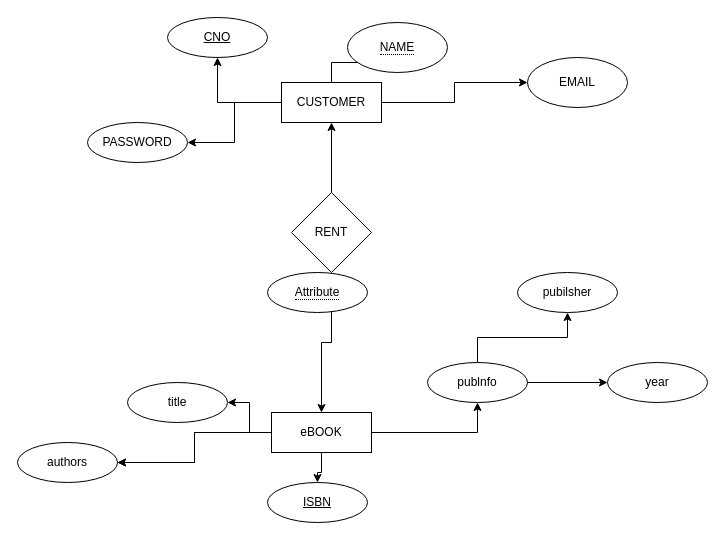
Earlier version of the draw.io diagram erd.drawio (muulgam/database_st). Source tidied: cells renumbered, new cells numbered last; positions are measured from the earlier drawing's top-left corner, leaving out a move shared by most shapes. Both pictures are drawn from the tidied source at 100%, with x=0, y=0 at pixel (17, 17).
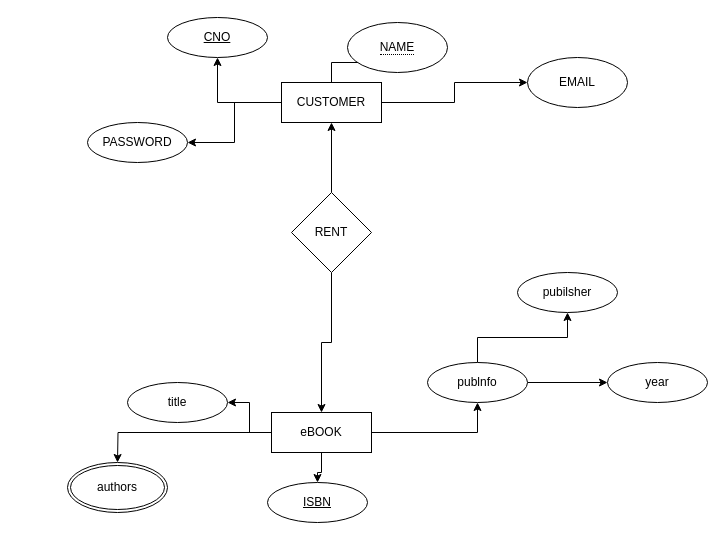
After the change.

Unchanged cells that the change refers to:
```xml
<mxCell id="18" value="eBOOK" style="whiteSpace=wrap;html=1;align=center;" parent="1" vertex="1">
  <mxGeometry x="254" y="395" width="100" height="40" as="geometry" />
</mxCell>
```

Diff of the diagram source:
```diff
@@
-    <mxCell id="15" style="edgeStyle=orthogonalEdgeStyle;rounded=0;jettySize=auto;html=1;" parent="1" edge="1" source="18" target="23">
-      <mxGeometry relative="1" as="geometry" />
+    <mxCell id="15" style="edgeStyle=orthogonalEdgeStyle;rounded=0;jettySize=auto;html=1;" parent="1" edge="1" source="18">
+      <mxGeometry relative="1" as="geometry">
+        <mxPoint x="100" y="445" as="targetPoint" />
+      </mxGeometry>
     </mxCell>
-    <mxCell id="16" style="edgeStyle=orthogonalEdgeStyle;rounded=0;jettySize=auto;html=1;" parent="1" edge="1" source="18" target="23">
-      <mxGeometry relative="1" as="geometry" />
-    </mxCell>
@@
-    <mxCell id="20" value="&lt;span style=&quot;border-bottom: 1px dotted&quot;&gt;Attribute&lt;/span&gt;" style="ellipse;whiteSpace=wrap;html=1;align=center;" parent="1" vertex="1">
-      <mxGeometry x="250" y="255" width="100" height="40" as="geometry" />
-    </mxCell>
@@
-    <mxCell id="23" value="authors" style="ellipse;whiteSpace=wrap;html=1;align=center;" parent="1" vertex="1">
-      <mxGeometry y="425" width="100" height="40" as="geometry" />
-    </mxCell>
@@
+    <mxCell id="23" value="authors" style="ellipse;shape=doubleEllipse;margin=3;whiteSpace=wrap;html=1;align=center;" parent="1" vertex="1">
+      <mxGeometry x="50" y="445" width="100" height="50" as="geometry" />
+    </mxCell>
```
